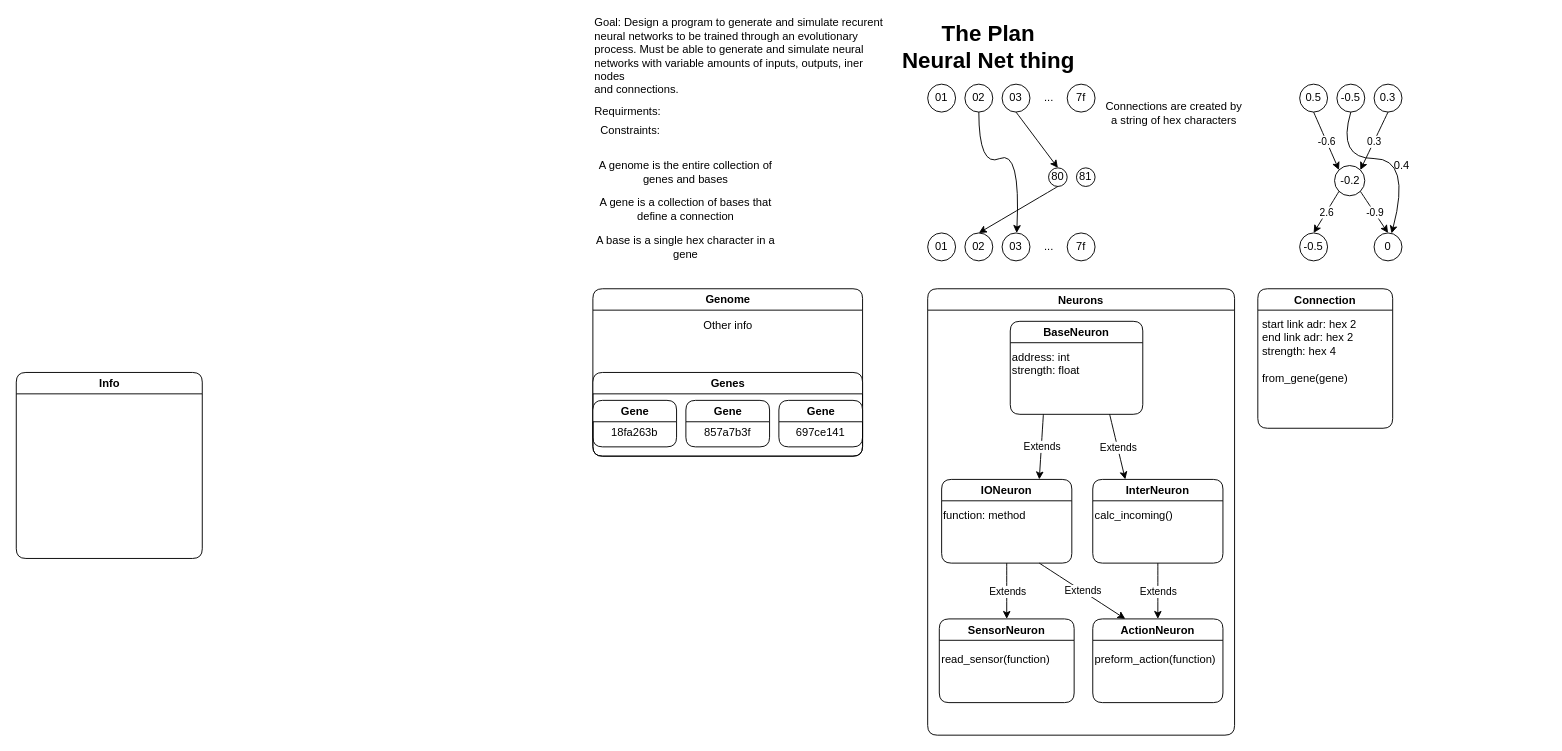
This is plan.drawio from binaryclock03/2DEvoSim, a draw.io file, before an edit. Source tidied: cells renumbered, new cells numbered last; positions are measured from the earlier drawing's top-left corner, leaving out a move shared by most shapes. Both pictures are drawn from the tidied source at 93%, with x=0, y=0 at pixel (16, 28).
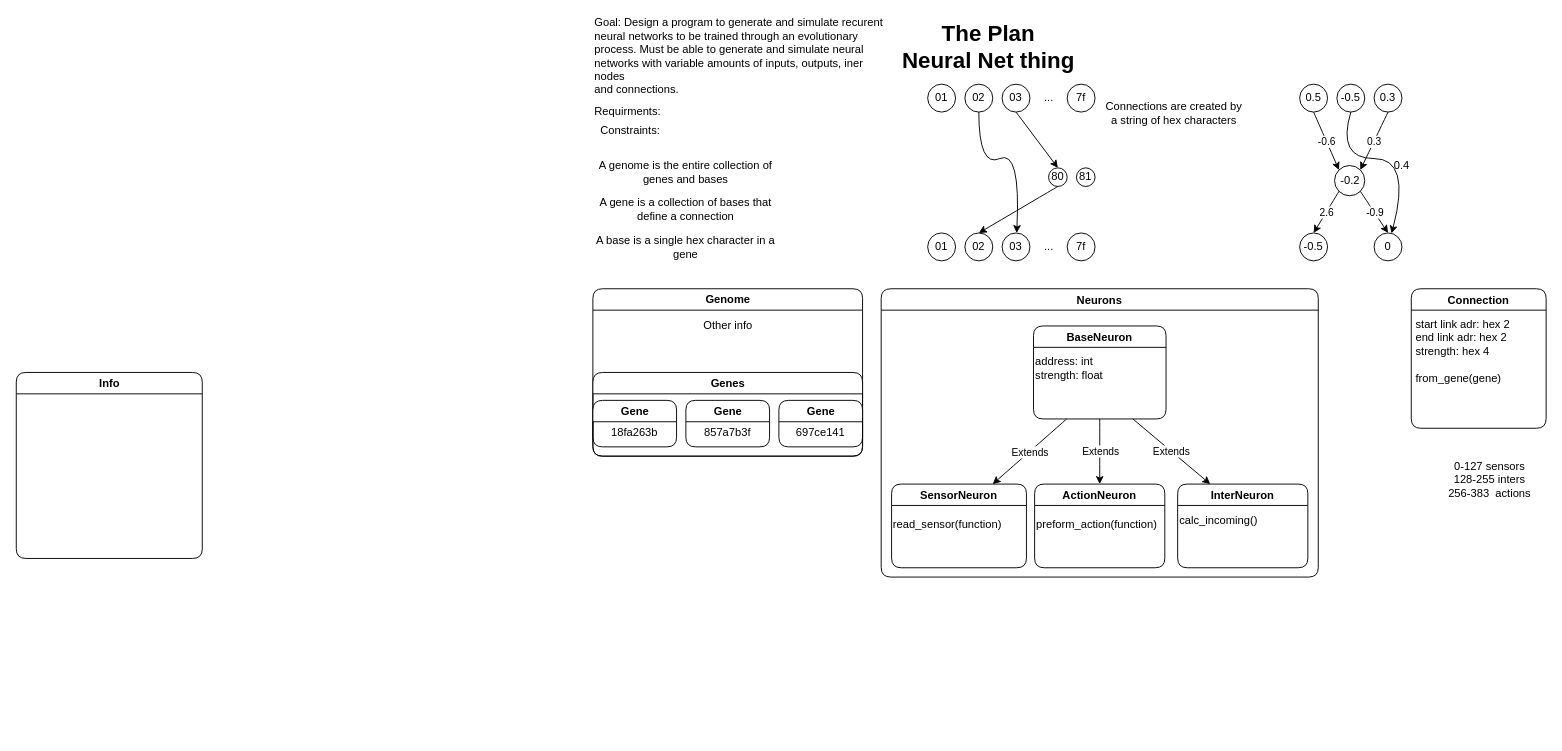
The same page after the edit.

Commit message:
Neural net now kinda works

The change refers to these unchanged cells:
```xml
<mxCell id="65" value="calc_incoming()" style="text;strokeColor=none;fillColor=none;align=left;verticalAlign=top;rounded=0;whiteSpace=wrap;html=1;" parent="64" vertex="1">
  <mxGeometry y="25" width="140" height="65" as="geometry" />
</mxCell>
```

Change to the diagram source:
```diff
@@
     <mxCell id="16" value="Connection" style="swimlane;rounded=1;" parent="1" vertex="1">
-      <mxGeometry x="1335" y="280" width="145" height="150" as="geometry" />
+      <mxGeometry x="1500" y="280" width="145" height="150" as="geometry" />
     </mxCell>
@@
     <mxCell id="53" value="Neurons" style="swimlane;rounded=1;" parent="1" vertex="1">
-      <mxGeometry x="980" y="280" width="330" height="480" as="geometry" />
+      <mxGeometry x="930" y="280" width="470" height="310" as="geometry" />
     </mxCell>
     <mxCell id="54" value="BaseNeuron" style="swimlane;rounded=1;" parent="53" vertex="1">
-      <mxGeometry x="88.8" y="35" width="142.5" height="100" as="geometry" />
+      <mxGeometry x="163.8" y="40" width="142.5" height="100" as="geometry" />
     </mxCell>
@@
     <mxCell id="56" value="SensorNeuron" style="swimlane;rounded=1;" parent="53" vertex="1">
-      <mxGeometry x="12.5" y="355" width="145" height="90" as="geometry" />
+      <mxGeometry x="11.2" y="210" width="145" height="90" as="geometry" />
     </mxCell>
@@
     <mxCell id="58" value="ActionNeuron" style="swimlane;rounded=1;" parent="53" vertex="1">
-      <mxGeometry x="177.5" y="355" width="140" height="90" as="geometry" />
+      <mxGeometry x="165" y="210" width="140" height="90" as="geometry" />
     </mxCell>
@@
-    <mxCell id="60" style="endArrow=classic;html=1;rounded=1;curved=1;exitX=0.25;exitY=1;exitDx=0;exitDy=0;entryX=0.75;entryY=0;entryDx=0;entryDy=0;" parent="53" edge="1" source="54" target="68">
-      <mxGeometry relative="1" as="geometry" />
-    </mxCell>
-    <mxCell id="61" value="Extends" style="edgeLabel;html=1;align=center;verticalAlign=middle;rounded=1;" parent="60" vertex="1">
-      <mxGeometry relative="1" as="geometry" />
-    </mxCell>
-    <mxCell id="62" style="endArrow=classic;html=1;rounded=1;curved=1;entryX=0.5;entryY=0;entryDx=0;entryDy=0;exitX=0.5;exitY=1;exitDx=0;exitDy=0;" parent="53" edge="1" source="65" target="58">
+    <mxCell id="62" style="endArrow=classic;html=1;rounded=1;curved=1;entryX=0.5;entryY=0;entryDx=0;entryDy=0;exitX=0.5;exitY=1;exitDx=0;exitDy=0;" parent="53" edge="1" source="54" target="58">
       <mxGeometry relative="1" as="geometry" />
     </mxCell>
@@
     <mxCell id="64" value="InterNeuron" style="swimlane;rounded=1;" parent="53" vertex="1">
-      <mxGeometry x="177.5" y="205" width="140" height="90" as="geometry" />
+      <mxGeometry x="318.8" y="210" width="140" height="90" as="geometry" />
     </mxCell>
@@
-    <mxCell id="66" style="endArrow=classic;html=1;rounded=1;curved=1;entryX=0.25;entryY=0;entryDx=0;entryDy=0;exitX=0.75;exitY=1;exitDx=0;exitDy=0;" parent="53" edge="1" source="54" target="64">
+    <mxCell id="66" style="endArrow=classic;html=1;rounded=1;curved=1;exitX=0.75;exitY=1;exitDx=0;exitDy=0;entryX=0.25;entryY=0;entryDx=0;entryDy=0;" parent="53" edge="1" source="54" target="64">
       <mxGeometry relative="1" as="geometry" />
     </mxCell>
@@
-    <mxCell id="68" value="IONeuron" style="swimlane;rounded=1;" parent="53" vertex="1">
-      <mxGeometry x="15" y="205" width="140" height="90" as="geometry" />
-    </mxCell>
-    <mxCell id="69" value="function: method" style="text;strokeColor=none;fillColor=none;align=left;verticalAlign=top;rounded=0;whiteSpace=wrap;html=1;" parent="68" vertex="1">
-      <mxGeometry y="25" width="140" height="65" as="geometry" />
-    </mxCell>
-    <mxCell id="70" style="endArrow=classic;html=1;rounded=1;curved=1;exitX=0.5;exitY=1;exitDx=0;exitDy=0;entryX=0.5;entryY=0;entryDx=0;entryDy=0;" parent="53" edge="1" source="69" target="56">
+    <mxCell id="70" style="endArrow=classic;html=1;rounded=1;curved=1;exitX=0.25;exitY=1;exitDx=0;exitDy=0;entryX=0.75;entryY=0;entryDx=0;entryDy=0;" parent="53" edge="1" source="54" target="56">
       <mxGeometry relative="1" as="geometry" />
     </mxCell>
@@
-    <mxCell id="72" style="endArrow=classic;html=1;rounded=1;curved=1;exitX=0.75;exitY=1;exitDx=0;exitDy=0;entryX=0.25;entryY=0;entryDx=0;entryDy=0;" parent="53" edge="1" source="69" target="58">
-      <mxGeometry relative="1" as="geometry" />
-    </mxCell>
-    <mxCell id="73" value="Extends" style="edgeLabel;html=1;align=center;verticalAlign=middle;rounded=1;" parent="72" vertex="1">
-      <mxGeometry relative="1" as="geometry" />
-    </mxCell>
+    <mxCell id="74" value="0-127 sensors&lt;br&gt;128-255 inters&lt;br&gt;256-383&amp;nbsp; actions" style="text;html=1;strokeColor=none;fillColor=none;align=center;verticalAlign=middle;whiteSpace=wrap;rounded=0;" parent="1" vertex="1">
+      <mxGeometry x="1522.5" y="460" width="122.5" height="50" as="geometry" />
+    </mxCell>
```
